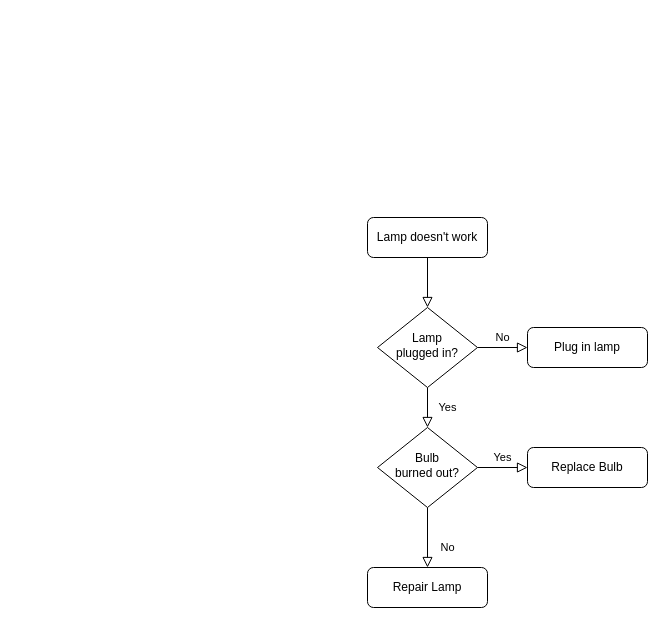
Earlier version of the draw.io diagram Untitled Diagram.drawio (MrAnubisX/Laboratory). Source tidied: cells renumbered, new cells numbered last; positions are measured from the earlier drawing's top-left corner, leaving out a move shared by most shapes. Both pictures are drawn from the tidied source at 100%, with x=0, y=0 at pixel (367, 217).
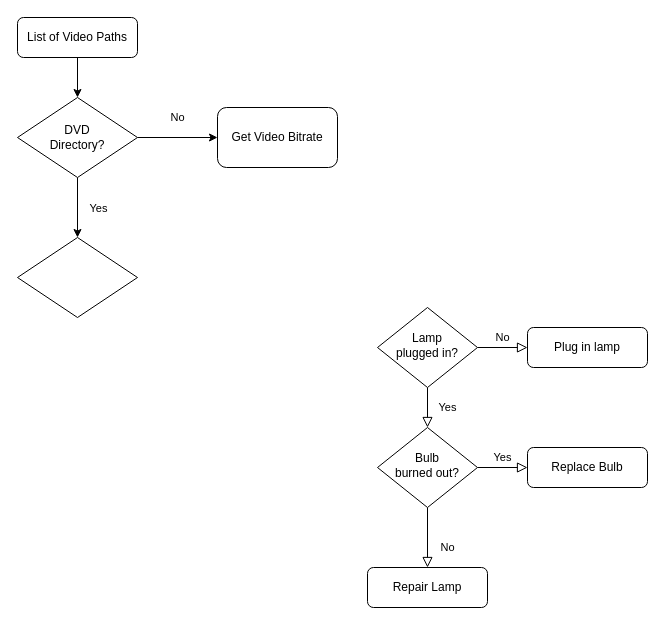
Above is the later version.

The edit, as a diff of the source:
```diff
@@
 <mxGraphModel>
   <root>
     <mxCell id="0" />
     <mxCell id="1" parent="0" />
-    <mxCell id="2" style="rounded=0;html=1;jettySize=auto;fontSize=11;endArrow=block;endFill=0;endSize=8;strokeWidth=1;shadow=0;labelBackgroundColor=none;edgeStyle=orthogonalEdgeStyle;" parent="1" edge="1" source="3" target="6">
-      <mxGeometry relative="1" as="geometry" />
-    </mxCell>
+    <mxCell id="13" style="edgeStyle=orthogonalEdgeStyle;rounded=0;jettySize=auto;html=1;labelBackgroundColor=none;" parent="1" edge="1" source="3" target="17">
+      <mxGeometry relative="1" as="geometry" />
+    </mxCell>
-    <mxCell id="3" value="Lamp doesn't work" style="rounded=1;whiteSpace=wrap;html=1;fontSize=12;glass=0;strokeWidth=1;shadow=0;" parent="1" vertex="1">
-      <mxGeometry width="120" height="40" as="geometry" />
+    <mxCell id="3" value="List of Video Paths" style="rounded=1;whiteSpace=wrap;html=1;fontSize=12;glass=0;strokeWidth=1;shadow=0;" parent="1" vertex="1">
+      <mxGeometry x="-350" y="-200" width="120" height="40" as="geometry" />
     </mxCell>
     <mxCell id="4" value="Yes" style="rounded=0;html=1;jettySize=auto;fontSize=11;endArrow=block;endFill=0;endSize=8;strokeWidth=1;shadow=0;labelBackgroundColor=none;edgeStyle=orthogonalEdgeStyle;" parent="1" edge="1" source="6" target="10">
       <mxGeometry y="20" relative="1" as="geometry" />
     </mxCell>
     <mxCell id="5" value="No" style="edgeStyle=orthogonalEdgeStyle;rounded=0;html=1;jettySize=auto;fontSize=11;endArrow=block;endFill=0;endSize=8;strokeWidth=1;shadow=0;labelBackgroundColor=none;" parent="1" edge="1" source="6" target="7">
       <mxGeometry y="10" relative="1" as="geometry" />
     </mxCell>
     <mxCell id="6" value="Lamp&lt;br&gt;plugged in?" style="rhombus;whiteSpace=wrap;html=1;shadow=0;fontFamily=Helvetica;fontSize=12;align=center;strokeWidth=1;spacing=6;spacingTop=-4;" parent="1" vertex="1">
       <mxGeometry x="10" y="90" width="100" height="80" as="geometry" />
     </mxCell>
     <mxCell id="7" value="Plug in lamp" style="rounded=1;whiteSpace=wrap;html=1;fontSize=12;glass=0;strokeWidth=1;shadow=0;" parent="1" vertex="1">
       <mxGeometry x="160" y="110" width="120" height="40" as="geometry" />
     </mxCell>
     <mxCell id="8" value="No" style="rounded=0;html=1;jettySize=auto;fontSize=11;endArrow=block;endFill=0;endSize=8;strokeWidth=1;shadow=0;labelBackgroundColor=none;edgeStyle=orthogonalEdgeStyle;" parent="1" edge="1" source="10" target="11">
       <mxGeometry x="0.33" y="20" relative="1" as="geometry" />
     </mxCell>
     <mxCell id="9" value="Yes" style="edgeStyle=orthogonalEdgeStyle;rounded=0;html=1;jettySize=auto;fontSize=11;endArrow=block;endFill=0;endSize=8;strokeWidth=1;shadow=0;labelBackgroundColor=none;" parent="1" edge="1" source="10" target="12">
       <mxGeometry y="10" relative="1" as="geometry" />
     </mxCell>
     <mxCell id="10" value="Bulb&lt;br&gt;burned out?" style="rhombus;whiteSpace=wrap;html=1;shadow=0;fontFamily=Helvetica;fontSize=12;align=center;strokeWidth=1;spacing=6;spacingTop=-4;" parent="1" vertex="1">
       <mxGeometry x="10" y="210" width="100" height="80" as="geometry" />
     </mxCell>
     <mxCell id="11" value="Repair Lamp" style="rounded=1;whiteSpace=wrap;html=1;fontSize=12;glass=0;strokeWidth=1;shadow=0;" parent="1" vertex="1">
       <mxGeometry y="350" width="120" height="40" as="geometry" />
     </mxCell>
     <mxCell id="12" value="Replace Bulb" style="rounded=1;whiteSpace=wrap;html=1;fontSize=12;glass=0;strokeWidth=1;shadow=0;" parent="1" vertex="1">
       <mxGeometry x="160" y="230" width="120" height="40" as="geometry" />
     </mxCell>
+    <mxCell id="14" value="No" style="edgeStyle=orthogonalEdgeStyle;rounded=0;jettySize=auto;html=1;labelBackgroundColor=none;" parent="1" edge="1" source="17" target="19">
+      <mxGeometry y="20" relative="1" as="geometry" />
+    </mxCell>
+    <mxCell id="15" style="edgeStyle=orthogonalEdgeStyle;rounded=0;jettySize=auto;html=1;labelBackgroundColor=none;" parent="1" edge="1" source="17" target="18">
+      <mxGeometry relative="1" as="geometry" />
+    </mxCell>
+    <mxCell id="16" value="Yes" style="edgeLabel;html=1;align=center;verticalAlign=middle;" parent="15" vertex="1">
+      <mxGeometry y="-2" relative="1" as="geometry">
+        <mxPoint x="22" as="offset" />
+      </mxGeometry>
+    </mxCell>
+    <mxCell id="17" value="DVD&lt;br&gt;Directory?" style="rhombus;whiteSpace=wrap;html=1;" parent="1" vertex="1">
+      <mxGeometry x="-350" y="-120" width="120" height="80" as="geometry" />
+    </mxCell>
+    <mxCell id="18" style="rhombus;whiteSpace=wrap;html=1;" parent="1" vertex="1">
+      <mxGeometry x="-350" y="20" width="120" height="80" as="geometry" />
+    </mxCell>
+    <mxCell id="19" value="Get Video Bitrate" style="rounded=1;whiteSpace=wrap;html=1;" parent="1" vertex="1">
+      <mxGeometry x="-150" y="-110" width="120" height="60" as="geometry" />
+    </mxCell>
   </root>
 </mxGraphModel>
```
